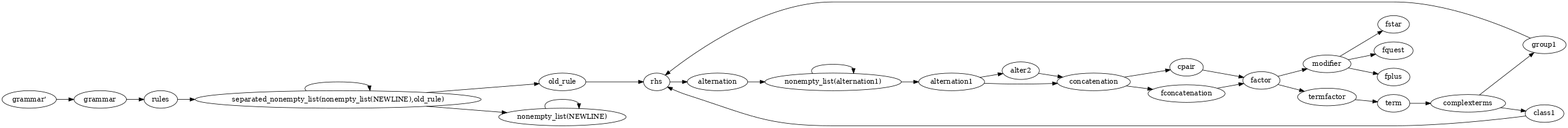
meta-introspector/gbnf-nice-parser keeps this Graphviz diagram as sentenceParser.png. Above is the earlier version. Its source is kept beside it as lib/sentenceParser.dot.
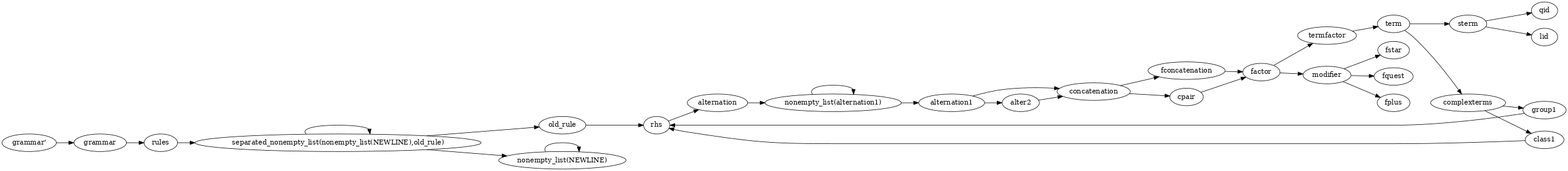
Later version of the same file.

Change to the diagram source:
```diff
@@ -5,56 +5,62 @@
 nt0 [ label="grammar'" ] ;
 nt1 [ label="termfactor" ] ;
 nt2 [ label="term" ] ;
-nt3 [ label="separated_nonempty_list(nonempty_list(NEWLINE),old_rule)" ] ;
-nt4 [ label="rules" ] ;
-nt5 [ label="rhs" ] ;
-nt6 [ label="old_rule" ] ;
-nt7 [ label="nonempty_list(alternation1)" ] ;
-nt8 [ label="nonempty_list(NEWLINE)" ] ;
-nt9 [ label="modifier" ] ;
-nt10 [ label="group1" ] ;
-nt11 [ label="grammar" ] ;
-nt12 [ label="fstar" ] ;
-nt13 [ label="fquest" ] ;
-nt14 [ label="fplus" ] ;
-nt15 [ label="fconcatenation" ] ;
-nt16 [ label="factor" ] ;
-nt17 [ label="cpair" ] ;
-nt18 [ label="concatenation" ] ;
-nt19 [ label="complexterms" ] ;
-nt20 [ label="class1" ] ;
-nt21 [ label="alternation1" ] ;
-nt22 [ label="alternation" ] ;
-nt23 [ label="alter2" ] ;
-nt0 -> nt11 [ label="" ] ;
+nt3 [ label="sterm" ] ;
+nt4 [ label="separated_nonempty_list(nonempty_list(NEWLINE),old_rule)" ] ;
+nt5 [ label="rules" ] ;
+nt6 [ label="rhs" ] ;
+nt7 [ label="qid" ] ;
+nt8 [ label="old_rule" ] ;
+nt9 [ label="nonempty_list(alternation1)" ] ;
+nt10 [ label="nonempty_list(NEWLINE)" ] ;
+nt11 [ label="modifier" ] ;
+nt12 [ label="lid" ] ;
+nt13 [ label="group1" ] ;
+nt14 [ label="grammar" ] ;
+nt15 [ label="fstar" ] ;
+nt16 [ label="fquest" ] ;
+nt17 [ label="fplus" ] ;
+nt18 [ label="fconcatenation" ] ;
+nt19 [ label="factor" ] ;
+nt20 [ label="cpair" ] ;
+nt21 [ label="concatenation" ] ;
+nt22 [ label="complexterms" ] ;
+nt23 [ label="class1" ] ;
+nt24 [ label="alternation1" ] ;
+nt25 [ label="alternation" ] ;
+nt26 [ label="alter2" ] ;
+nt0 -> nt14 [ label="" ] ;
 nt1 -> nt2 [ label="" ] ;
-nt2 -> nt19 [ label="" ] ;
-nt3 -> nt3 [ label="" ] ;
-nt3 -> nt6 [ label="" ] ;
-nt3 -> nt8 [ label="" ] ;
-nt4 -> nt3 [ label="" ] ;
-nt5 -> nt22 [ label="" ] ;
-nt6 -> nt5 [ label="" ] ;
-nt7 -> nt7 [ label="" ] ;
-nt7 -> nt21 [ label="" ] ;
-nt8 -> nt8 [ label="" ] ;
-nt9 -> nt12 [ label="" ] ;
-nt9 -> nt13 [ label="" ] ;
-nt9 -> nt14 [ label="" ] ;
-nt10 -> nt5 [ label="" ] ;
-nt11 -> nt4 [ label="" ] ;
-nt15 -> nt16 [ label="" ] ;
-nt16 -> nt1 [ label="" ] ;
-nt16 -> nt9 [ label="" ] ;
-nt17 -> nt16 [ label="" ] ;
-nt18 -> nt15 [ label="" ] ;
-nt18 -> nt17 [ label="" ] ;
-nt19 -> nt10 [ label="" ] ;
-nt19 -> nt20 [ label="" ] ;
-nt20 -> nt5 [ label="" ] ;
+nt2 -> nt3 [ label="" ] ;
+nt2 -> nt22 [ label="" ] ;
+nt3 -> nt7 [ label="" ] ;
+nt3 -> nt12 [ label="" ] ;
+nt4 -> nt4 [ label="" ] ;
+nt4 -> nt8 [ label="" ] ;
+nt4 -> nt10 [ label="" ] ;
+nt5 -> nt4 [ label="" ] ;
+nt6 -> nt25 [ label="" ] ;
+nt8 -> nt6 [ label="" ] ;
+nt9 -> nt9 [ label="" ] ;
+nt9 -> nt24 [ label="" ] ;
+nt10 -> nt10 [ label="" ] ;
+nt11 -> nt15 [ label="" ] ;
+nt11 -> nt16 [ label="" ] ;
+nt11 -> nt17 [ label="" ] ;
+nt13 -> nt6 [ label="" ] ;
+nt14 -> nt5 [ label="" ] ;
+nt18 -> nt19 [ label="" ] ;
+nt19 -> nt1 [ label="" ] ;
+nt19 -> nt11 [ label="" ] ;
+nt20 -> nt19 [ label="" ] ;
 nt21 -> nt18 [ label="" ] ;
-nt21 -> nt23 [ label="" ] ;
-nt22 -> nt7 [ label="" ] ;
-nt23 -> nt18 [ label="" ] ;
+nt21 -> nt20 [ label="" ] ;
+nt22 -> nt13 [ label="" ] ;
+nt22 -> nt23 [ label="" ] ;
+nt23 -> nt6 [ label="" ] ;
+nt24 -> nt21 [ label="" ] ;
+nt24 -> nt26 [ label="" ] ;
+nt25 -> nt9 [ label="" ] ;
+nt26 -> nt21 [ label="" ] ;
 
 }
```
